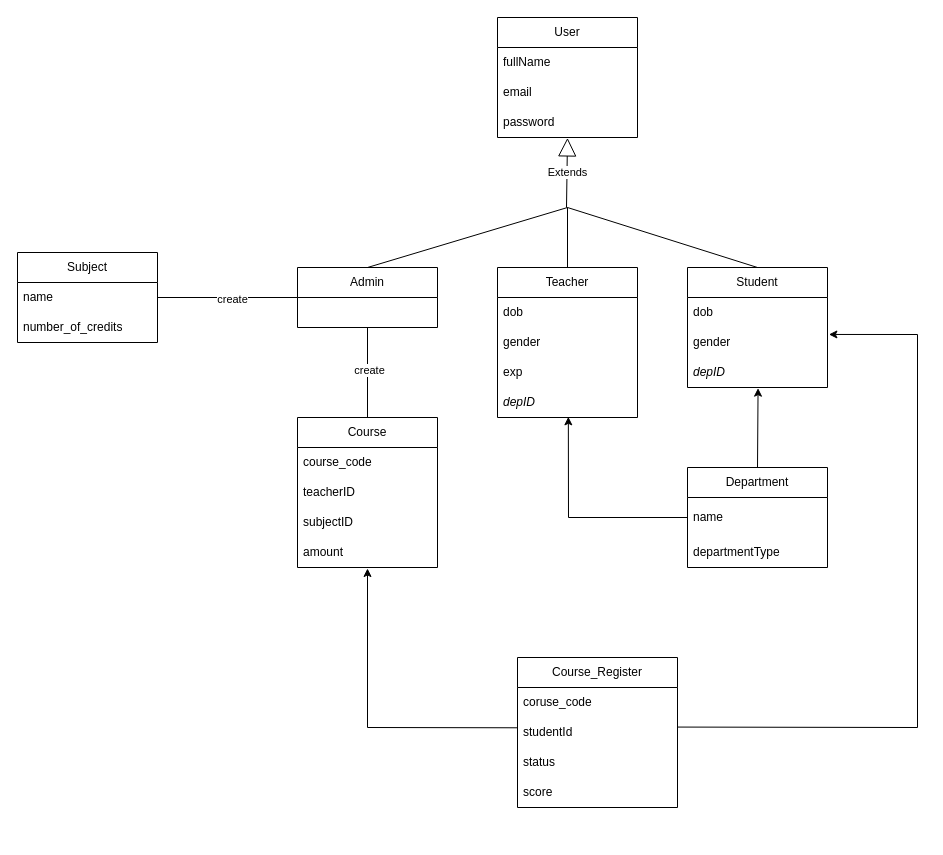
Before: erd.drawio in TaDat10062002/student-management, a draw.io diagram. Source tidied: cells renumbered, new cells numbered last; positions are measured from the earlier drawing's top-left corner, leaving out a move shared by most shapes. Both pictures are drawn from the tidied source at 100%, with x=0, y=0 at pixel (17, 17).
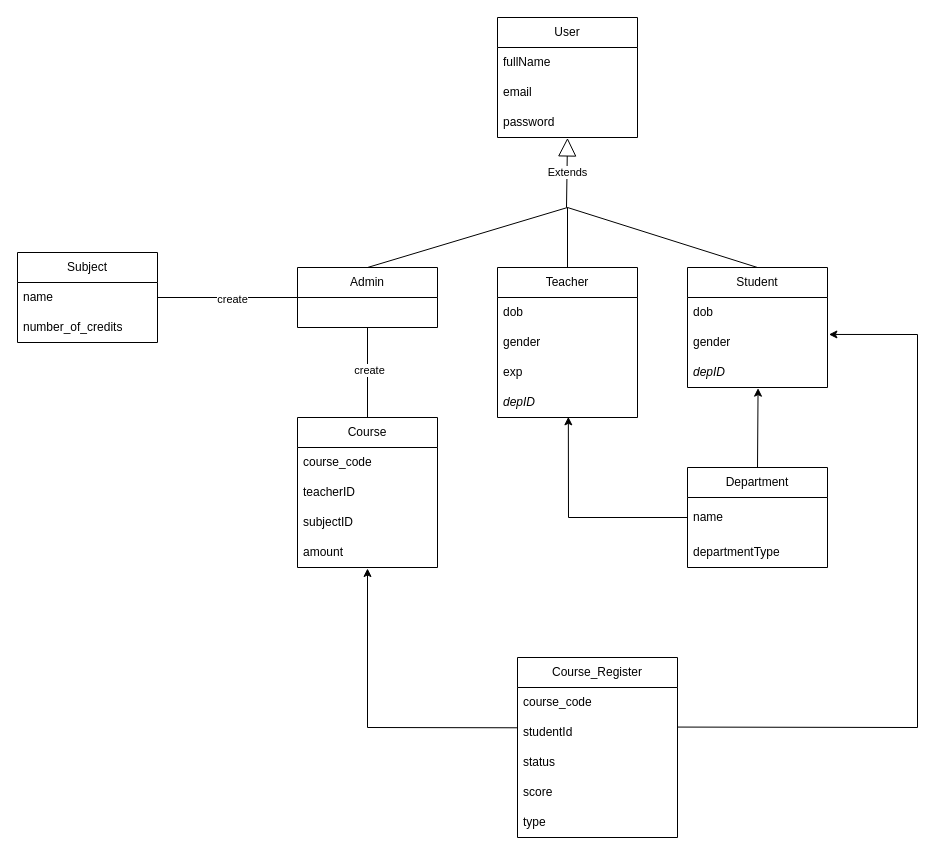
The same page after the edit.

Commit message (it also covers changes not shown here):
completed_register_course

Change to the diagram source:
```diff
@@
     <mxCell id="37" value="Course_Register" style="swimlane;fontStyle=0;horizontal=1;startSize=30;whiteSpace=wrap;html=1;" parent="1" vertex="1">
-      <mxGeometry x="500" y="640" width="160" height="150" as="geometry" />
+      <mxGeometry x="500" y="640" width="160" height="180" as="geometry" />
     </mxCell>
-    <mxCell id="38" value="coruse_code" style="text;strokeColor=none;fillColor=none;align=left;verticalAlign=middle;spacingLeft=4;spacingRight=4;overflow=hidden;whiteSpace=wrap;html=1;" parent="37" vertex="1">
+    <mxCell id="38" value="course_code" style="text;strokeColor=none;fillColor=none;align=left;verticalAlign=middle;spacingLeft=4;spacingRight=4;overflow=hidden;whiteSpace=wrap;html=1;" parent="37" vertex="1">
       <mxGeometry y="30" width="160" height="30" as="geometry" />
     </mxCell>
@@
+    <mxCell id="44" value="type" style="text;strokeColor=none;fillColor=none;align=left;verticalAlign=middle;spacingLeft=4;spacingRight=4;overflow=hidden;whiteSpace=wrap;html=1;" parent="37" vertex="1">
+      <mxGeometry y="150" width="160" height="30" as="geometry" />
+    </mxCell>
```
